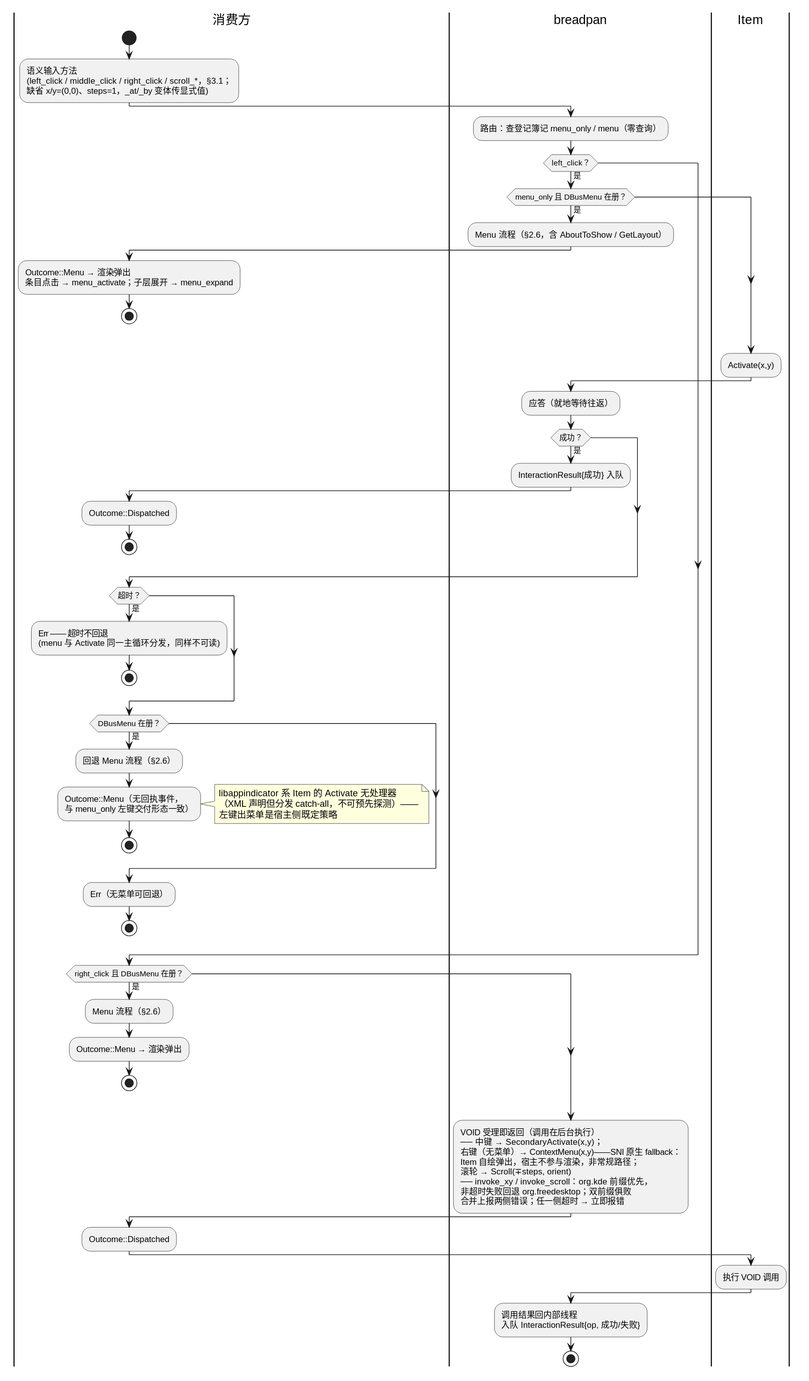
54m43lJ/BreadKnife keeps this PlantUML diagram as diagram/breadpan-input-routing.svg. Above is the earlier version.
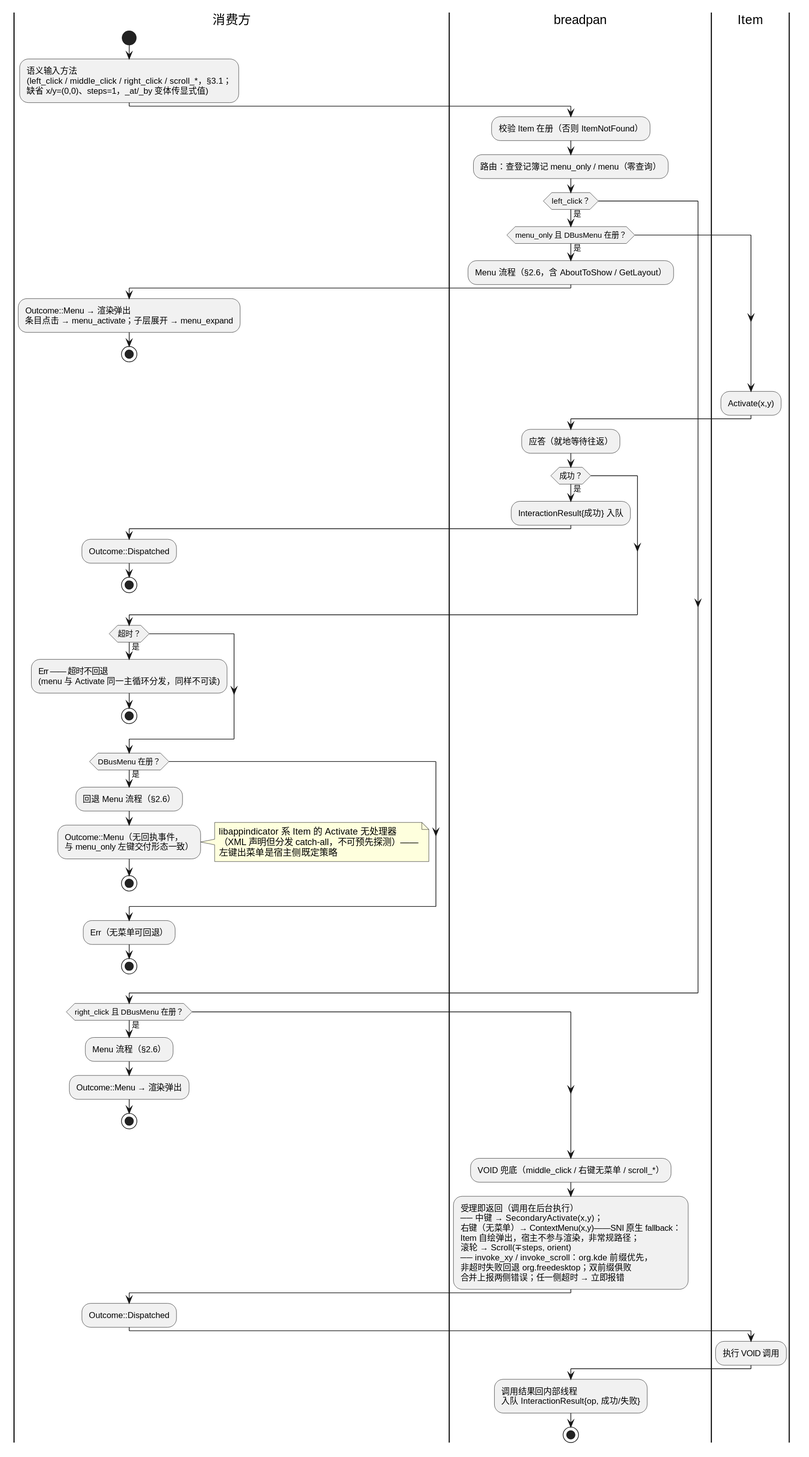
Later version of the same file.

Commit message:
docs(diagram): §2.7 活动图源码核对修正

- 补 route() 首句'校验 Item 在册（否则 ItemNotFound）'
- VOID 块拆出专属着陆节点'VOID 兜底（middle_click / 右键无菜单 /
  scroll_*）'——middle/scroll 经两次否贯穿边进入该块，原先折叠在
  标签文字里不可见
- 逐分支与 interact.rs::route 对照：left_click 同步链（menu_only
  短路/Activate 成功回执/超时 Err/非超时有菜单回退/无菜单 Err）、
  right_click 菜单命中、VOID 兜底均与实现一致

Diff of the diagram source:
```diff
@@ -5,6 +5,7 @@
 (left_click / middle_click / right_click / scroll_*，§3.1；
 缺省 x/y=(0,0)、steps=1，_at/_by 变体传显式值);
 |breadpan|
+:校验 Item 在册（否则 ItemNotFound）;
 :路由：查登记簿记 menu_only / menu（零查询）;
 if (left_click？) then (是)
   if (menu_only 且 DBusMenu 在册？) then (是)
@@ -53,7 +54,8 @@
   stop
 endif
 |breadpan|
-:VOID 受理即返回（调用在后台执行）
+:VOID 兜底（middle_click / 右键无菜单 / scroll_*）;
+:受理即返回（调用在后台执行）
 ── 中键 → SecondaryActivate(x,y)；
 右键（无菜单）→ ContextMenu(x,y)——SNI 原生 fallback：
 Item 自绘弹出，宿主不参与渲染，非常规路径；
```
